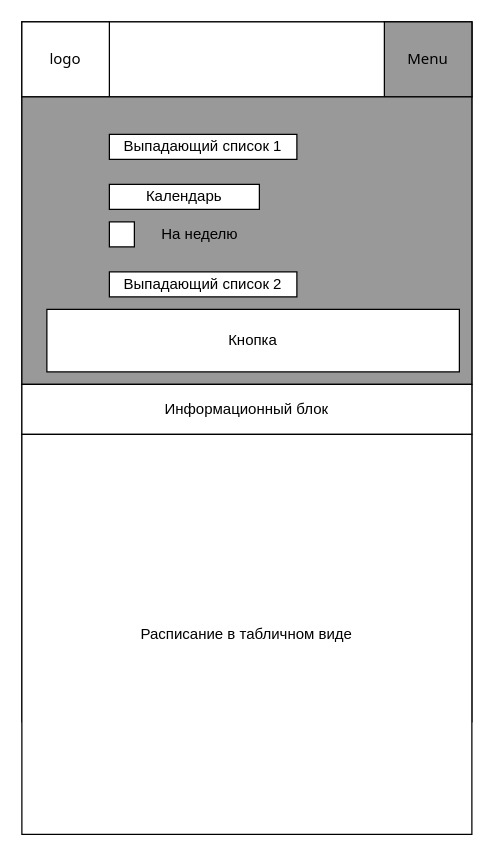
Before: page "on mobile" (2 of 2) of my design.drawio in Sayikoro/DBFRead, a draw.io diagram. Source tidied: cells renumbered, new cells numbered last; positions are measured from the earlier drawing's top-left corner, leaving out a move shared by most shapes. Both pictures are drawn from the tidied source at 125%, with x=0, y=0 at pixel (21, 21).
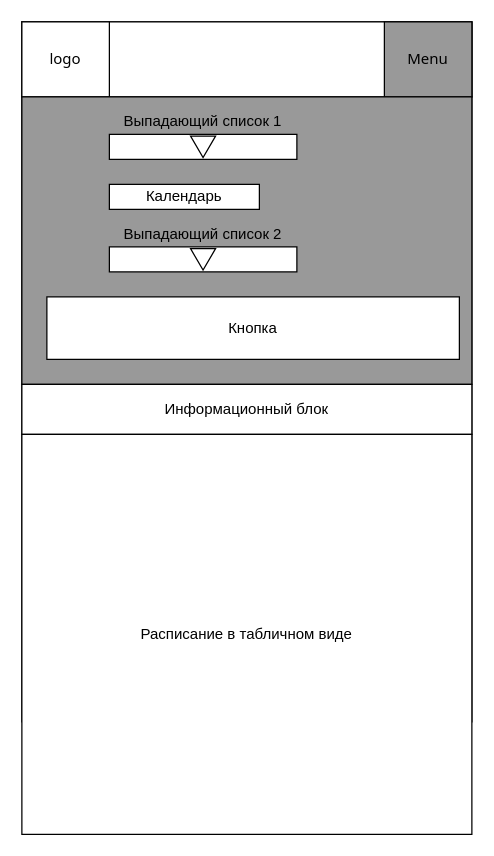
After the change.

What changed in the source:
```diff
@@
 <mxGraphModel>
   <root>
     <mxCell id="0" />
     <mxCell id="1" parent="0" />
     <mxCell id="2" style="rounded=0;whiteSpace=wrap;html=1;fontFamily=Tahoma;align=left;" parent="1" vertex="1">
       <mxGeometry width="360" height="560" as="geometry" />
     </mxCell>
     <mxCell id="3" style="rounded=0;whiteSpace=wrap;html=1;fontFamily=Tahoma;align=left;" parent="1" vertex="1">
       <mxGeometry width="360" height="60" as="geometry" />
     </mxCell>
     <mxCell id="4" value="logo" style="rounded=0;whiteSpace=wrap;html=1;fontFamily=Tahoma;align=center;" parent="1" vertex="1">
       <mxGeometry width="70" height="60" as="geometry" />
     </mxCell>
     <mxCell id="5" value="Menu" style="rounded=0;whiteSpace=wrap;html=1;fontFamily=Tahoma;align=center;labelBackgroundColor=none;fillColor=#999999;" parent="1" vertex="1">
       <mxGeometry x="290" width="70" height="60" as="geometry" />
     </mxCell>
     <mxCell id="6" style="rounded=0;whiteSpace=wrap;html=1;labelBackgroundColor=none;fillColor=#999999;fontFamily=Tahoma;align=center;" parent="1" vertex="1">
       <mxGeometry y="60" width="360" height="230" as="geometry" />
     </mxCell>
-    <mxCell id="7" value="Выпадающий список 1" style="rounded=0;whiteSpace=wrap;html=1;" parent="1" vertex="1">
-      <mxGeometry x="70" y="90" width="150" height="20" as="geometry" />
-    </mxCell>
     <mxCell id="8" value="Календарь" style="rounded=0;whiteSpace=wrap;html=1;" parent="1" vertex="1">
       <mxGeometry x="70" y="130" width="120" height="20" as="geometry" />
     </mxCell>
-    <mxCell id="9" value="Выпадающий список 2" style="rounded=0;whiteSpace=wrap;html=1;" parent="1" vertex="1">
-      <mxGeometry x="70" y="200" width="150" height="20" as="geometry" />
-    </mxCell>
     <mxCell id="10" value="Кнопка" style="rounded=0;whiteSpace=wrap;html=1;" parent="1" vertex="1">
-      <mxGeometry x="20" y="230" width="330" height="50" as="geometry" />
+      <mxGeometry x="20" y="220" width="330" height="50" as="geometry" />
     </mxCell>
-    <mxCell id="11" style="group;" parent="1" vertex="1">
-      <mxGeometry x="70" y="160" width="120" height="20" as="geometry" />
-    </mxCell>
-    <mxCell id="12" style="rounded=0;whiteSpace=wrap;html=1;" parent="11" vertex="1">
-      <mxGeometry width="20" height="20" as="geometry" />
-    </mxCell>
-    <mxCell id="13" value="На неделю" style="text;html=1;strokeColor=none;fillColor=none;align=center;verticalAlign=middle;whiteSpace=wrap;rounded=0;" parent="11" vertex="1">
-      <mxGeometry x="25" width="95" height="20" as="geometry" />
-    </mxCell>
     <mxCell id="14" value="Информационный блок" style="rounded=0;whiteSpace=wrap;html=1;" parent="1" vertex="1">
       <mxGeometry y="290" width="360" height="40" as="geometry" />
     </mxCell>
     <mxCell id="15" value="Расписание в табличном виде" style="rounded=0;whiteSpace=wrap;html=1;" parent="1" vertex="1">
       <mxGeometry y="330" width="360" height="320" as="geometry" />
     </mxCell>
+    <mxCell id="16" style="group;" parent="1" vertex="1">
+      <mxGeometry x="70" y="180" width="150" height="20" as="geometry" />
+    </mxCell>
+    <mxCell id="17" style="rounded=0;whiteSpace=wrap;html=1;" parent="16" vertex="1">
+      <mxGeometry width="150" height="20" as="geometry" />
+    </mxCell>
+    <mxCell id="18" style="triangle;whiteSpace=wrap;html=1;strokeColor=#000000;fillColor=none;gradientColor=#ffffff;fontColor=#000000;rotation=90;" parent="16" vertex="1">
+      <mxGeometry x="66.4" width="17.1" height="20" as="geometry" />
+    </mxCell>
+    <mxCell id="19" style="group;" parent="1" vertex="1">
+      <mxGeometry x="70" y="90" width="150" height="20" as="geometry" />
+    </mxCell>
+    <mxCell id="20" style="rounded=0;whiteSpace=wrap;html=1;" parent="19" vertex="1">
+      <mxGeometry width="150" height="20" as="geometry" />
+    </mxCell>
+    <mxCell id="21" style="triangle;whiteSpace=wrap;html=1;strokeColor=#000000;fillColor=none;gradientColor=#ffffff;fontColor=#000000;rotation=90;" parent="19" vertex="1">
+      <mxGeometry x="66.4" width="17.1" height="20" as="geometry" />
+    </mxCell>
+    <mxCell id="7" value="Выпадающий список 1" style="text;html=1;strokeColor=none;fillColor=none;align=center;verticalAlign=middle;whiteSpace=wrap;rounded=0;fontColor=#000000;" parent="1" vertex="1">
+      <mxGeometry x="70" y="70" width="150" height="20" as="geometry" />
+    </mxCell>
+    <mxCell id="9" value="Выпадающий список 2" style="text;html=1;strokeColor=none;fillColor=none;align=center;verticalAlign=middle;whiteSpace=wrap;rounded=0;fontColor=#000000;" parent="1" vertex="1">
+      <mxGeometry x="70" y="160" width="150" height="20" as="geometry" />
+    </mxCell>
   </root>
 </mxGraphModel>
```
